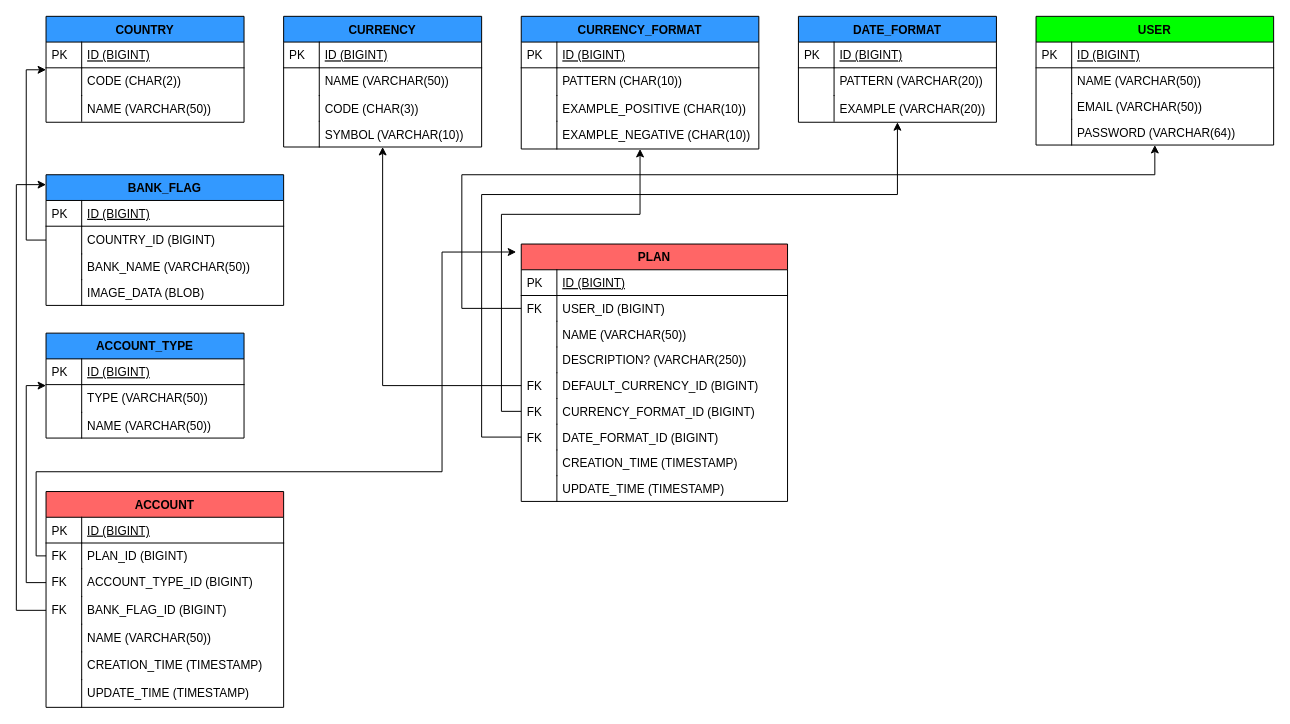
This is page "Current" (2 of 2) of docs/imperium-cash.drawio from heliommsfilho/imperium-cash-api, a draw.io file, before an edit. Source tidied: cells renumbered, new cells numbered last; positions are measured from the earlier drawing's top-left corner, leaving out a move shared by most shapes. Both pictures are drawn from the tidied source at 99%, with x=0, y=0 at pixel (16, 16).
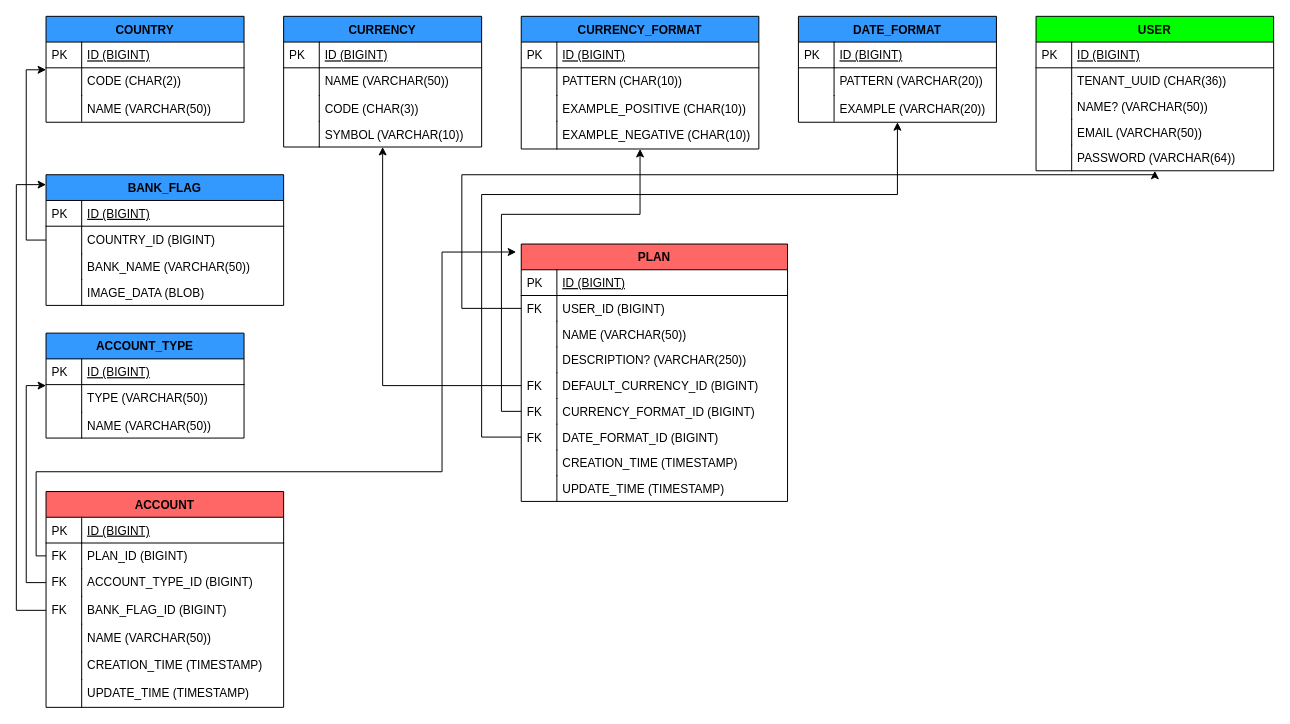
The same page after the edit.

Change to the diagram source:
```diff
@@
     <mxCell id="34" value="USER" style="swimlane;fontStyle=1;horizontal=1;startSize=26;rounded=0;shadow=0;strokeWidth=1;fillColor=#00FF00;" parent="1" vertex="1">
-      <mxGeometry x="1030" width="240" height="130" as="geometry" />
+      <mxGeometry x="1030" width="240" height="156" as="geometry" />
     </mxCell>
@@
-    <mxCell id="37" value="NAME (VARCHAR(50))" style="shape=partialRectangle;top=0;left=0;right=0;bottom=0;align=left;verticalAlign=top;fillColor=none;spacingLeft=40;spacingRight=4;overflow=hidden;rounded=0;shadow=0;strokeWidth=1;" parent="34" vertex="1">
+    <mxCell id="37" value="TENANT_UUID (CHAR(36))" style="shape=partialRectangle;top=0;left=0;right=0;bottom=0;align=left;verticalAlign=top;fillColor=none;spacingLeft=40;spacingRight=4;overflow=hidden;rounded=0;shadow=0;strokeWidth=1;" parent="34" vertex="1">
       <mxGeometry y="52" width="240" height="26" as="geometry" />
     </mxCell>
@@
-    <mxCell id="39" value="EMAIL (VARCHAR(50))" style="shape=partialRectangle;top=0;left=0;right=0;bottom=0;align=left;verticalAlign=top;fillColor=none;spacingLeft=40;spacingRight=4;overflow=hidden;rounded=0;shadow=0;strokeWidth=1;" parent="34" vertex="1">
+    <mxCell id="39" value="NAME? (VARCHAR(50))" style="shape=partialRectangle;top=0;left=0;right=0;bottom=0;align=left;verticalAlign=top;fillColor=none;spacingLeft=40;spacingRight=4;overflow=hidden;rounded=0;shadow=0;strokeWidth=1;" parent="34" vertex="1">
       <mxGeometry y="78" width="240" height="26" as="geometry" />
     </mxCell>
@@
-    <mxCell id="41" value="PASSWORD (VARCHAR(64))" style="shape=partialRectangle;top=0;left=0;right=0;bottom=0;align=left;verticalAlign=top;fillColor=none;spacingLeft=40;spacingRight=4;overflow=hidden;rounded=0;shadow=0;strokeWidth=1;" parent="34" vertex="1">
+    <mxCell id="41" value="EMAIL (VARCHAR(50))" style="shape=partialRectangle;top=0;left=0;right=0;bottom=0;align=left;verticalAlign=top;fillColor=none;spacingLeft=40;spacingRight=4;overflow=hidden;rounded=0;shadow=0;strokeWidth=1;" parent="34" vertex="1">
       <mxGeometry y="104" width="240" height="26" as="geometry" />
     </mxCell>
@@
+    <mxCell id="101" value="PASSWORD (VARCHAR(64))" style="shape=partialRectangle;top=0;left=0;right=0;bottom=0;align=left;verticalAlign=top;fillColor=none;spacingLeft=40;spacingRight=4;overflow=hidden;rounded=0;shadow=0;strokeWidth=1;" parent="34" vertex="1">
+      <mxGeometry y="130" width="240" height="26" as="geometry" />
+    </mxCell>
+    <mxCell id="102" style="shape=partialRectangle;top=0;left=0;bottom=0;fillColor=none;align=left;verticalAlign=top;spacingLeft=4;spacingRight=4;overflow=hidden;" parent="101" vertex="1">
+      <mxGeometry width="36" height="26" as="geometry" />
+    </mxCell>
```
